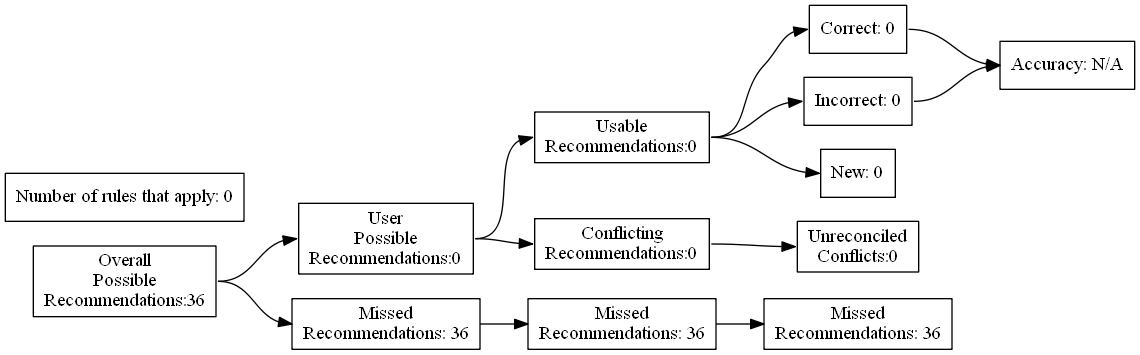
Earlier version of the Graphviz export test_renders/34.gv.png (ZaxR/ibd_diet_analysis). Its source is kept beside it as test_renders/34.gv.
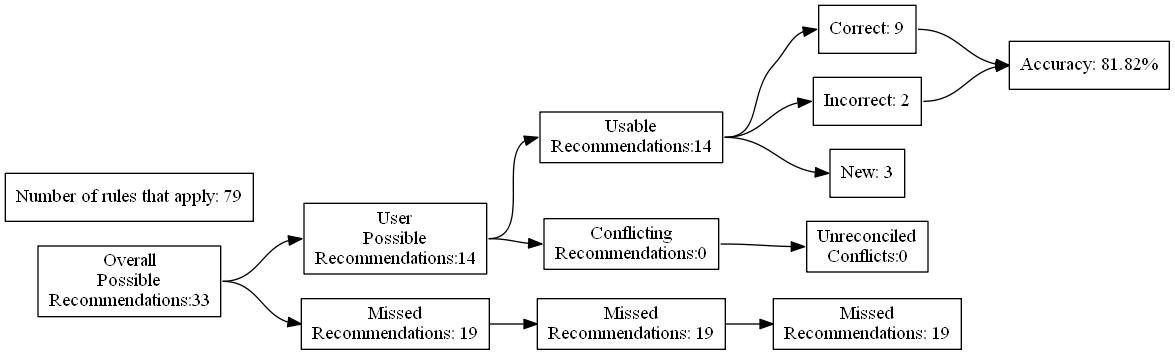
The same file after the commit.

Diff of the diagram source:
```diff
@@ -4,27 +4,27 @@
 	edge [headport=w tailport=e]
 		A [label="Overall
 Possible
-Recommendations:36"]
+Recommendations:33"]
 		B [label="User
 Possible
-Recommendations:0"]
+Recommendations:14"]
 		C [label="Missed
-Recommendations: 36"]
+Recommendations: 19"]
 		D [label="Usable
-Recommendations:0"]
+Recommendations:14"]
 		E [label="Conflicting
 Recommendations:0"]
 		J [label="Missed
-Recommendations: 36"]
+Recommendations: 19"]
 		M [label="Unreconciled
 Conflicts:0"]
-		F [label="Correct: 0"]
-		G [label="Incorrect: 0"]
-		H [label="New: 0"]
+		F [label="Correct: 9"]
+		G [label="Incorrect: 2"]
+		H [label="New: 3"]
 		K [label="Missed
-Recommendations: 36"]
-		I [label="Accuracy: N/A"]
-		l [label="Number of rules that apply: 0"]
+Recommendations: 19"]
+		I [label="Accuracy: 81.82%"]
+		l [label="Number of rules that apply: 79"]
 			A -> B
 			A -> C
 			B -> D
```
